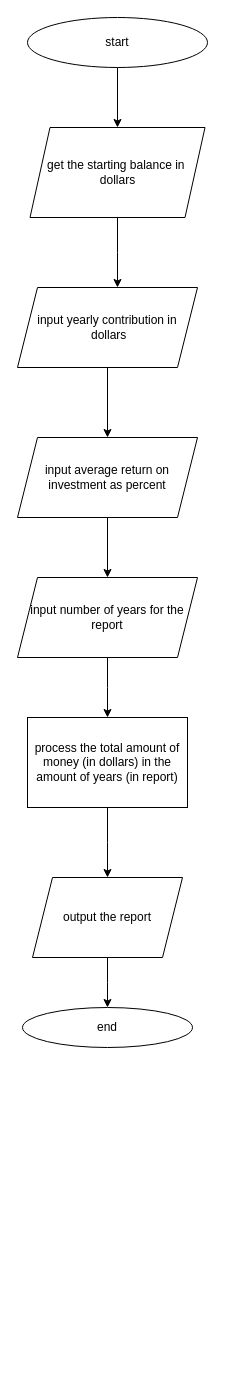
aw8400/practice21 keeps this draw.io diagram as flowchart.drawio. Above is the earlier version. Source tidied: cells renumbered, new cells numbered last; positions are measured from the earlier drawing's top-left corner, leaving out a move shared by most shapes. Both pictures are drawn from the tidied source at 100%, with x=0, y=0 at pixel (17, 17).
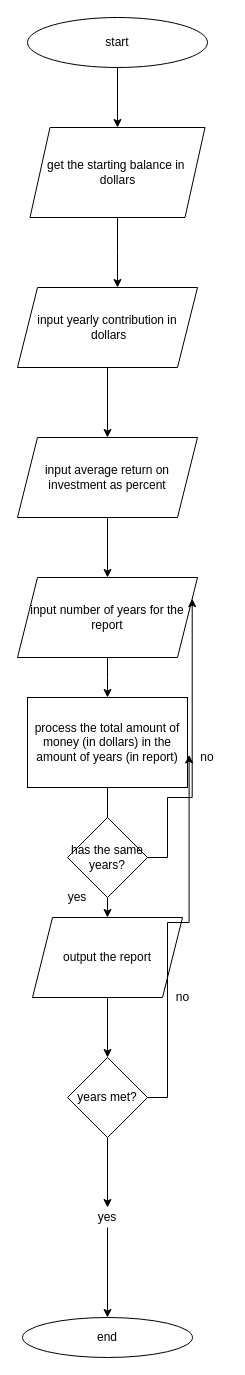
The same page after the edit.

The change refers to these unchanged cells:
```xml
<mxCell id="11" value="input number of years for the&lt;br&gt;report" style="shape=parallelogram;perimeter=parallelogramPerimeter;whiteSpace=wrap;html=1;fixedSize=1;" parent="1" vertex="1">
  <mxGeometry y="560" width="180" height="80" as="geometry" />
</mxCell>
```

What changed in the source:
```diff
@@
     <mxCell id="10" style="edgeStyle=orthogonalEdgeStyle;rounded=0;jettySize=auto;html=1;" parent="1" edge="1" source="11">
       <mxGeometry relative="1" as="geometry">
-        <mxPoint x="90" y="700" as="targetPoint" />
+        <mxPoint x="90" y="680" as="targetPoint" />
       </mxGeometry>
     </mxCell>
@@
     <mxCell id="12" style="edgeStyle=orthogonalEdgeStyle;rounded=0;jettySize=auto;html=1;exitX=0.5;exitY=1;exitDx=0;exitDy=0;" parent="1" edge="1" source="13">
       <mxGeometry relative="1" as="geometry">
-        <mxPoint x="90" y="860" as="targetPoint" />
+        <mxPoint x="90" y="820" as="targetPoint" />
       </mxGeometry>
     </mxCell>
     <mxCell id="13" value="process the total amount of money (in dollars) in the amount of years (in report)" style="rounded=0;whiteSpace=wrap;html=1;" parent="1" vertex="1">
-      <mxGeometry x="10" y="700" width="160" height="90" as="geometry" />
+      <mxGeometry x="10" y="680" width="160" height="90" as="geometry" />
     </mxCell>
-    <mxCell id="14" style="edgeStyle=orthogonalEdgeStyle;rounded=0;jettySize=auto;html=1;exitX=0.5;exitY=1;exitDx=0;exitDy=0;" parent="1" edge="1" source="15">
-      <mxGeometry relative="1" as="geometry">
-        <mxPoint x="90" y="990" as="targetPoint" />
-      </mxGeometry>
-    </mxCell>
+    <mxCell id="17" style="edgeStyle=orthogonalEdgeStyle;rounded=0;jettySize=auto;html=1;exitX=0.5;exitY=1;exitDx=0;exitDy=0;entryX=0.5;entryY=0;entryDx=0;entryDy=0;" parent="1" edge="1" source="15" target="20">
+      <mxGeometry relative="1" as="geometry" />
+    </mxCell>
     <mxCell id="15" value="output the report" style="shape=parallelogram;perimeter=parallelogramPerimeter;whiteSpace=wrap;html=1;fixedSize=1;" parent="1" vertex="1">
-      <mxGeometry x="15" y="860" width="150" height="80" as="geometry" />
+      <mxGeometry x="15" y="900" width="150" height="80" as="geometry" />
     </mxCell>
     <mxCell id="16" value="end" style="ellipse;whiteSpace=wrap;html=1;" parent="1" vertex="1">
-      <mxGeometry x="5" y="990" width="170" height="40" as="geometry" />
+      <mxGeometry x="5" y="1300" width="170" height="40" as="geometry" />
     </mxCell>
+    <mxCell id="18" style="edgeStyle=orthogonalEdgeStyle;rounded=0;jettySize=auto;html=1;exitX=0.5;exitY=1;exitDx=0;exitDy=0;entryX=0.5;entryY=0;entryDx=0;entryDy=0;" parent="1" edge="1" source="20" target="23">
+      <mxGeometry relative="1" as="geometry" />
+    </mxCell>
+    <mxCell id="19" style="edgeStyle=orthogonalEdgeStyle;rounded=0;jettySize=auto;html=1;exitX=1;exitY=0.5;exitDx=0;exitDy=0;entryX=1.01;entryY=0.638;entryDx=0;entryDy=0;entryPerimeter=0;" parent="1" edge="1" source="20" target="13">
+      <mxGeometry relative="1" as="geometry" />
+    </mxCell>
+    <mxCell id="20" value="years met?" style="rhombus;whiteSpace=wrap;html=1;" parent="1" vertex="1">
+      <mxGeometry x="50" y="1040" width="80" height="80" as="geometry" />
+    </mxCell>
+    <mxCell id="21" value="no" style="text;html=1;align=center;verticalAlign=middle;strokeColor=none;fillColor=none;" parent="1" vertex="1">
+      <mxGeometry x="150" y="970" width="30" height="20" as="geometry" />
+    </mxCell>
+    <mxCell id="22" style="edgeStyle=orthogonalEdgeStyle;rounded=0;jettySize=auto;html=1;exitX=0.5;exitY=1;exitDx=0;exitDy=0;entryX=0.5;entryY=0;entryDx=0;entryDy=0;" parent="1" edge="1" source="23" target="16">
+      <mxGeometry relative="1" as="geometry" />
+    </mxCell>
+    <mxCell id="23" value="yes" style="text;html=1;strokeColor=none;fillColor=none;align=center;verticalAlign=middle;whiteSpace=wrap;rounded=0;" parent="1" vertex="1">
+      <mxGeometry x="70" y="1190" width="40" height="20" as="geometry" />
+    </mxCell>
+    <mxCell id="24" style="edgeStyle=orthogonalEdgeStyle;rounded=0;jettySize=auto;html=1;exitX=0.5;exitY=1;exitDx=0;exitDy=0;entryX=0.5;entryY=0;entryDx=0;entryDy=0;" parent="1" edge="1" source="26" target="15">
+      <mxGeometry relative="1" as="geometry" />
+    </mxCell>
+    <mxCell id="25" style="edgeStyle=orthogonalEdgeStyle;rounded=0;jettySize=auto;html=1;exitX=1;exitY=0.5;exitDx=0;exitDy=0;entryX=1;entryY=0.25;entryDx=0;entryDy=0;" parent="1" edge="1" source="26" target="11">
+      <mxGeometry relative="1" as="geometry">
+        <Array as="points">
+          <mxPoint x="150" y="840" />
+          <mxPoint x="150" y="780" />
+          <mxPoint x="175" y="780" />
+        </Array>
+      </mxGeometry>
+    </mxCell>
+    <mxCell id="26" value="has the same years?" style="rhombus;whiteSpace=wrap;html=1;" parent="1" vertex="1">
+      <mxGeometry x="50" y="800" width="80" height="80" as="geometry" />
+    </mxCell>
+    <mxCell id="27" value="no" style="text;html=1;strokeColor=none;fillColor=none;align=center;verticalAlign=middle;whiteSpace=wrap;rounded=0;" parent="1" vertex="1">
+      <mxGeometry x="170" y="730" width="40" height="20" as="geometry" />
+    </mxCell>
+    <mxCell id="28" value="yes" style="text;html=1;strokeColor=none;fillColor=none;align=center;verticalAlign=middle;whiteSpace=wrap;rounded=0;" parent="1" vertex="1">
+      <mxGeometry x="40" y="870" width="40" height="20" as="geometry" />
+    </mxCell>
```
